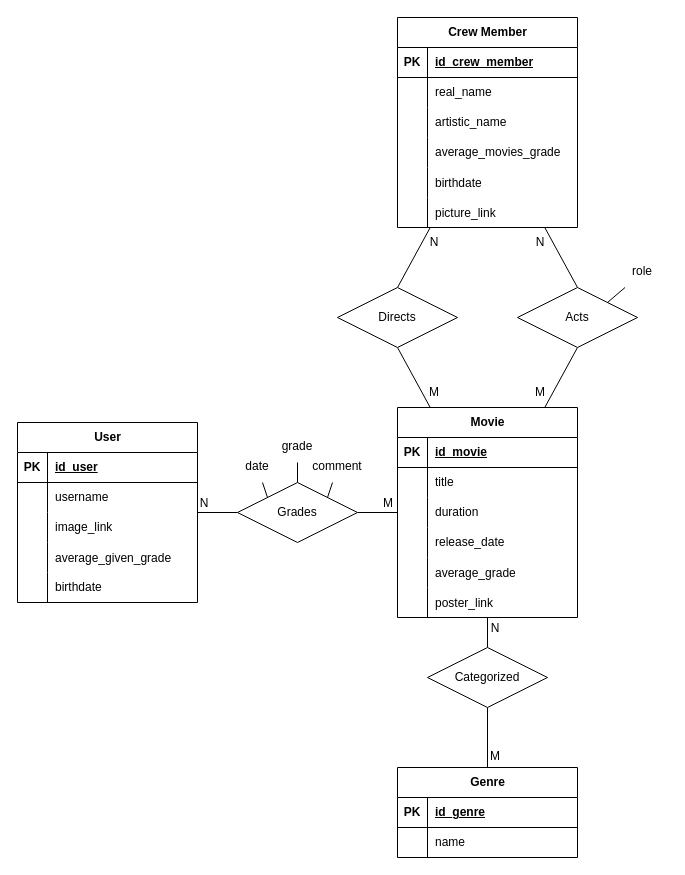
This is lab01/diagramas/diagramaER.drawio from yaesetti/mc536, a draw.io file, before an edit. Source tidied: cells renumbered, new cells numbered last; positions are measured from the earlier drawing's top-left corner, leaving out a move shared by most shapes. Both pictures are drawn from the tidied source at 100%, with x=0, y=0 at pixel (17, 17).
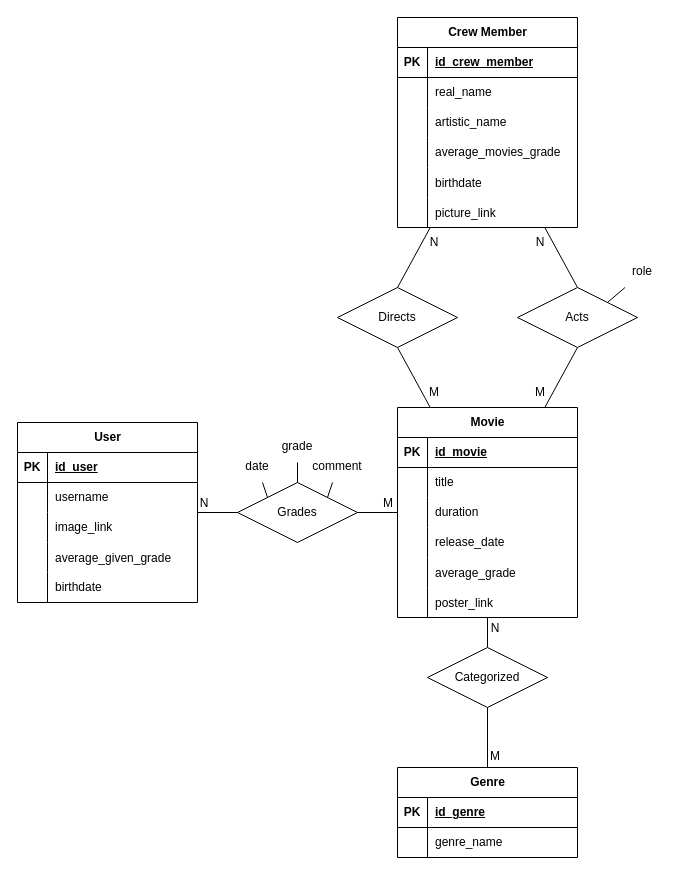
The same diagram, later.

The change refers to these unchanged cells:
```xml
<mxCell id="81" style="shape=tableRow;horizontal=0;startSize=0;swimlaneHead=0;swimlaneBody=0;fillColor=none;top=0;left=0;right=0;bottom=0;" parent="77" vertex="1">
  <mxGeometry y="60" width="180" height="30" as="geometry" />
</mxCell>
```

The edit, as a diff of the source:
```diff
@@
-    <mxCell id="83" value="name" style="shape=partialRectangle;fillColor=none;top=0;left=0;bottom=0;right=0;align=left;spacingLeft=6;overflow=hidden;whiteSpace=wrap;html=1;" parent="81" vertex="1">
+    <mxCell id="83" value="genre_name" style="shape=partialRectangle;fillColor=none;top=0;left=0;bottom=0;right=0;align=left;spacingLeft=6;overflow=hidden;whiteSpace=wrap;html=1;" parent="81" vertex="1">
       <mxGeometry x="30" width="150" height="30" as="geometry" />
     </mxCell>
```
